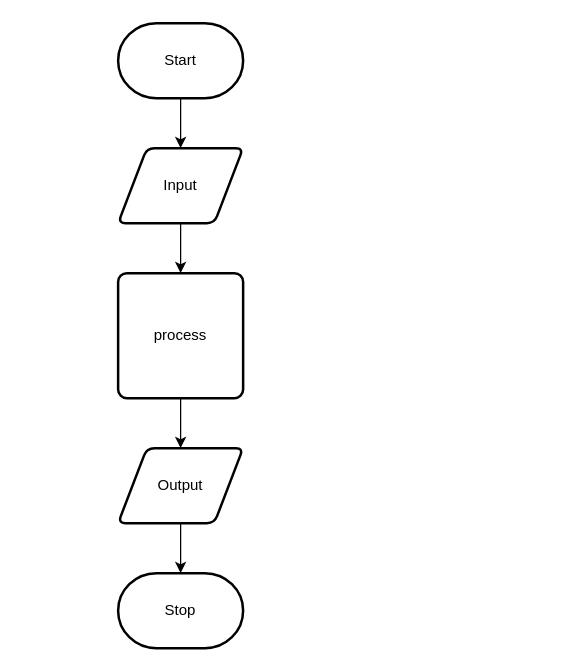
The draw.io diagram design/flow-chart.drawio in Justin-Lavoie16/Unit-5-07-JS, before the edit. Source tidied: cells renumbered, new cells numbered last; positions are measured from the earlier drawing's top-left corner, leaving out a move shared by most shapes. Both pictures are drawn from the tidied source at 125%, with x=0, y=0 at pixel (118, 22).
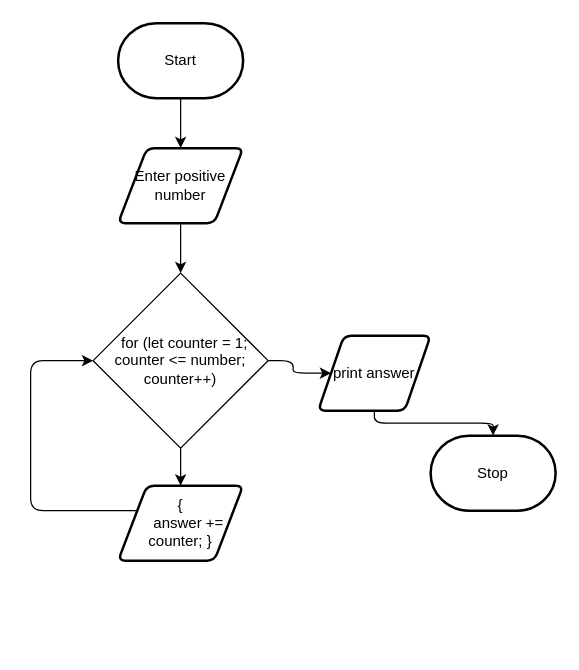
After the change.

What changed in the source:
```diff
@@
 <mxGraphModel>
   <root>
     <mxCell id="0" />
     <mxCell id="1" parent="0" />
     <mxCell id="2" style="edgeStyle=none;html=1;" parent="1" edge="1" source="3" target="5">
       <mxGeometry relative="1" as="geometry" />
     </mxCell>
     <mxCell id="3" value="Start" style="strokeWidth=2;html=1;shape=mxgraph.flowchart.terminator;whiteSpace=wrap;" parent="1" vertex="1">
       <mxGeometry width="100" height="60" as="geometry" />
     </mxCell>
-    <mxCell id="4" style="edgeStyle=none;html=1;" parent="1" edge="1" source="5" target="7">
-      <mxGeometry relative="1" as="geometry" />
+    <mxCell id="4" style="edgeStyle=none;html=1;" parent="1" edge="1" source="5">
+      <mxGeometry relative="1" as="geometry">
+        <mxPoint x="50" y="200" as="targetPoint" />
+      </mxGeometry>
     </mxCell>
-    <mxCell id="5" value="Input" style="shape=parallelogram;html=1;strokeWidth=2;perimeter=parallelogramPerimeter;whiteSpace=wrap;rounded=1;arcSize=12;size=0.23;" parent="1" vertex="1">
+    <mxCell id="5" value="Enter positive number" style="shape=parallelogram;html=1;strokeWidth=2;perimeter=parallelogramPerimeter;whiteSpace=wrap;rounded=1;arcSize=12;size=0.23;" parent="1" vertex="1">
       <mxGeometry y="100" width="100" height="60" as="geometry" />
     </mxCell>
-    <mxCell id="6" style="edgeStyle=none;html=1;" parent="1" edge="1" source="7" target="9">
-      <mxGeometry relative="1" as="geometry" />
-    </mxCell>
-    <mxCell id="7" value="process" style="rounded=1;whiteSpace=wrap;html=1;absoluteArcSize=1;arcSize=14;strokeWidth=2;" parent="1" vertex="1">
-      <mxGeometry y="200" width="100" height="100" as="geometry" />
-    </mxCell>
-    <mxCell id="8" style="edgeStyle=none;html=1;" parent="1" edge="1" source="9" target="10">
-      <mxGeometry relative="1" as="geometry" />
-    </mxCell>
+    <mxCell id="11" style="edgeStyle=orthogonalEdgeStyle;html=1;entryX=0;entryY=0.5;entryDx=0;entryDy=0;" parent="1" edge="1" source="9" target="14">
+      <mxGeometry relative="1" as="geometry">
+        <Array as="points">
+          <mxPoint x="-70" y="390" />
+          <mxPoint x="-70" y="270" />
+        </Array>
+      </mxGeometry>
+    </mxCell>
-    <mxCell id="9" value="Output" style="shape=parallelogram;html=1;strokeWidth=2;perimeter=parallelogramPerimeter;whiteSpace=wrap;rounded=1;arcSize=12;size=0.23;" parent="1" vertex="1">
-      <mxGeometry y="340" width="100" height="60" as="geometry" />
+    <mxCell id="9" value="&lt;div&gt;{&lt;/div&gt;&lt;div&gt;&amp;nbsp; &amp;nbsp; answer += counter; }&lt;/div&gt;" style="shape=parallelogram;html=1;strokeWidth=2;perimeter=parallelogramPerimeter;whiteSpace=wrap;rounded=1;arcSize=12;size=0.23;" parent="1" vertex="1">
+      <mxGeometry y="370" width="100" height="60" as="geometry" />
     </mxCell>
     <mxCell id="10" value="Stop" style="strokeWidth=2;html=1;shape=mxgraph.flowchart.terminator;whiteSpace=wrap;" parent="1" vertex="1">
-      <mxGeometry y="440" width="100" height="60" as="geometry" />
+      <mxGeometry x="250" y="330" width="100" height="60" as="geometry" />
     </mxCell>
+    <mxCell id="12" style="edgeStyle=none;html=1;" parent="1" edge="1" source="14" target="9">
+      <mxGeometry relative="1" as="geometry" />
+    </mxCell>
+    <mxCell id="13" style="edgeStyle=orthogonalEdgeStyle;html=1;entryX=0;entryY=0.5;entryDx=0;entryDy=0;" parent="1" edge="1" source="14" target="16">
+      <mxGeometry relative="1" as="geometry" />
+    </mxCell>
+    <mxCell id="14" value="&amp;nbsp; for (let counter = 1; counter &amp;lt;= number; counter++)" style="rhombus;whiteSpace=wrap;html=1;" parent="1" vertex="1">
+      <mxGeometry x="-20" y="200" width="140" height="140" as="geometry" />
+    </mxCell>
+    <mxCell id="15" style="edgeStyle=orthogonalEdgeStyle;html=1;entryX=0.5;entryY=0;entryDx=0;entryDy=0;entryPerimeter=0;" parent="1" edge="1" source="16" target="10">
+      <mxGeometry relative="1" as="geometry" />
+    </mxCell>
+    <mxCell id="16" value="&lt;div&gt;print answer&lt;/div&gt;" style="shape=parallelogram;html=1;strokeWidth=2;perimeter=parallelogramPerimeter;whiteSpace=wrap;rounded=1;arcSize=12;size=0.23;" parent="1" vertex="1">
+      <mxGeometry x="160" y="250" width="90" height="60" as="geometry" />
+    </mxCell>
   </root>
 </mxGraphModel>
```
